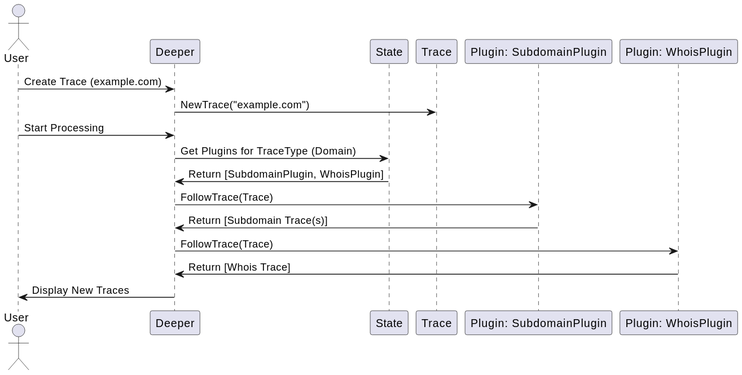
Before: docs/images/docs/Sequence.svg, a diagram exported from PlantUML (smirnoffmg/deeper). Source of this version:
```plantuml
@startuml
actor User

participant "Deeper" as Deeper
participant "State" as State
participant "Trace" as Trace
participant "Plugin: SubdomainPlugin" as SubdomainPlugin
participant "Plugin: WhoisPlugin" as WhoisPlugin

User -> Deeper: Create Trace (example.com)
Deeper -> Trace: NewTrace("example.com")

User -> Deeper: Start Processing
Deeper -> State: Get Plugins for TraceType (Domain)
State -> Deeper: Return [SubdomainPlugin, WhoisPlugin]

Deeper -> SubdomainPlugin: FollowTrace(Trace)
SubdomainPlugin -> Deeper: Return [Subdomain Trace(s)]

Deeper -> WhoisPlugin: FollowTrace(Trace)
WhoisPlugin -> Deeper: Return [Whois Trace]

Deeper -> User: Display New Traces
@enduml
```
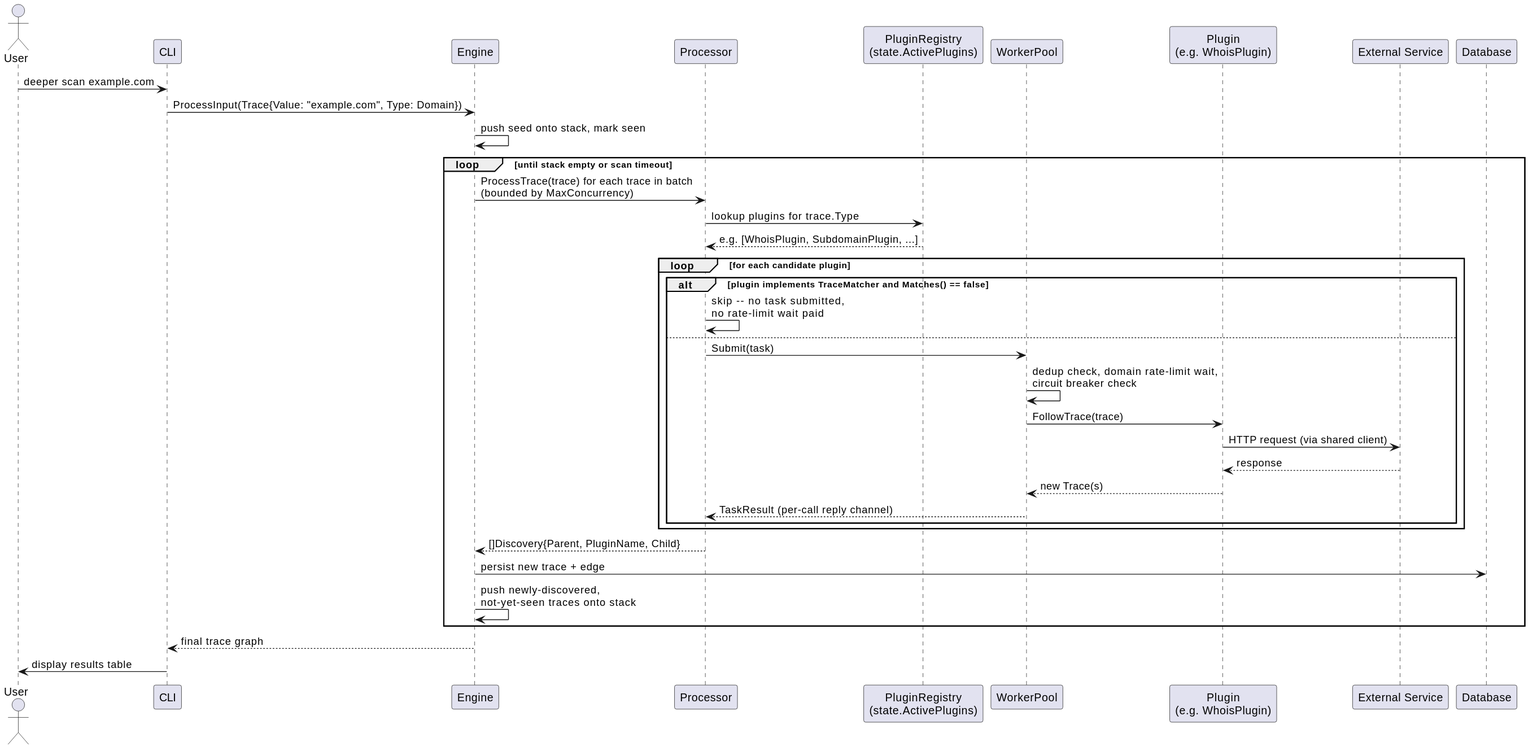
After the commit.

What changed in the source:
```diff
@@ -1,24 +1,43 @@
 @startuml
 actor User
 
-participant "Deeper" as Deeper
-participant "State" as State
-participant "Trace" as Trace
-participant "Plugin: SubdomainPlugin" as SubdomainPlugin
-participant "Plugin: WhoisPlugin" as WhoisPlugin
+participant "CLI" as CLI
+participant "Engine" as Engine
+participant "Processor" as Processor
+participant "PluginRegistry\n(state.ActivePlugins)" as Registry
+participant "WorkerPool" as Pool
+participant "Plugin\n(e.g. WhoisPlugin)" as Plugin
+participant "External Service" as Ext
+participant "Database" as DB
 
-User -> Deeper: Create Trace (example.com)
-Deeper -> Trace: NewTrace("example.com")
+User -> CLI: deeper scan example.com
+CLI -> Engine: ProcessInput(Trace{Value: "example.com", Type: Domain})
+Engine -> Engine: push seed onto stack, mark seen
 
-User -> Deeper: Start Processing
-Deeper -> State: Get Plugins for TraceType (Domain)
-State -> Deeper: Return [SubdomainPlugin, WhoisPlugin]
+loop until stack empty or scan timeout
+    Engine -> Processor: ProcessTrace(trace) for each trace in batch\n(bounded by MaxConcurrency)
+    Processor -> Registry: lookup plugins for trace.Type
+    Registry --> Processor: e.g. [WhoisPlugin, SubdomainPlugin, ...]
 
-Deeper -> SubdomainPlugin: FollowTrace(Trace)
-SubdomainPlugin -> Deeper: Return [Subdomain Trace(s)]
+    loop for each candidate plugin
+        alt plugin implements TraceMatcher and Matches() == false
+            Processor -> Processor: skip -- no task submitted,\nno rate-limit wait paid
+        else
+            Processor -> Pool: Submit(task)
+            Pool -> Pool: dedup check, domain rate-limit wait,\ncircuit breaker check
+            Pool -> Plugin: FollowTrace(trace)
+            Plugin -> Ext: HTTP request (via shared client)
+            Ext --> Plugin: response
+            Plugin --> Pool: new Trace(s)
+            Pool --> Processor: TaskResult (per-call reply channel)
+        end
+    end
 
-Deeper -> WhoisPlugin: FollowTrace(Trace)
-WhoisPlugin -> Deeper: Return [Whois Trace]
+    Processor --> Engine: []Discovery{Parent, PluginName, Child}
+    Engine -> DB: persist new trace + edge
+    Engine -> Engine: push newly-discovered,\nnot-yet-seen traces onto stack
+end
 
-Deeper -> User: Display New Traces
+Engine --> CLI: final trace graph
+CLI -> User: display results table
 @enduml
```
